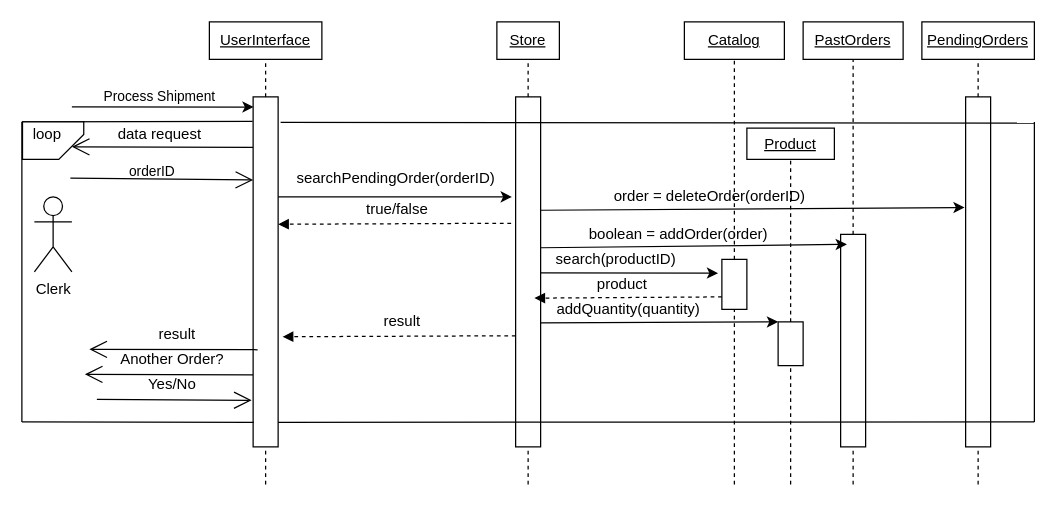
Before: Doc/Sequence Diagrams/Diagram 5.drawio in vinnyyo/GroupProject1, a draw.io diagram. Source tidied: cells renumbered, new cells numbered last; positions are measured from the earlier drawing's top-left corner, leaving out a move shared by most shapes. Both pictures are drawn from the tidied source at 125%, with x=0, y=0 at pixel (21, 21).
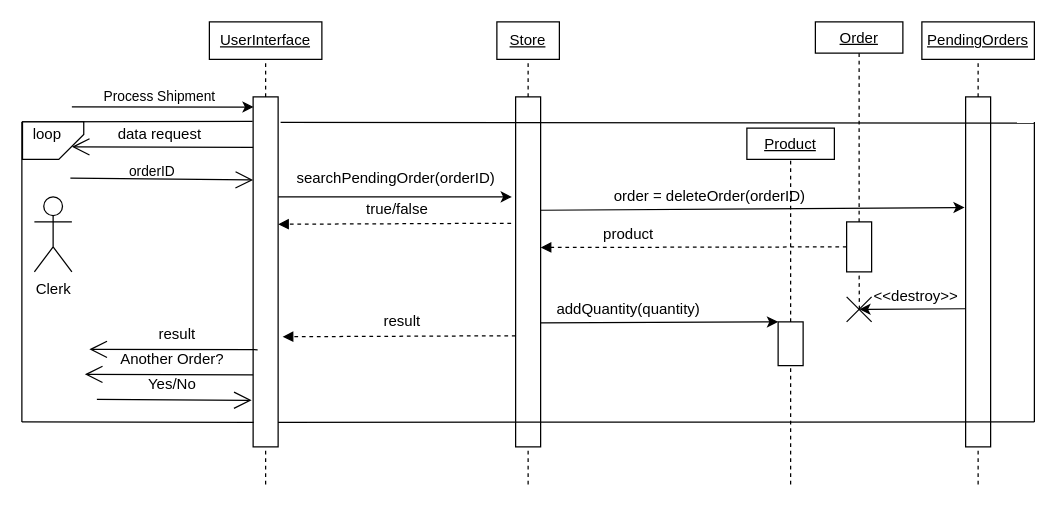
After the change.

The change refers to these unchanged cells:
```xml
<mxCell id="11" style="rounded=0;whiteSpace=wrap;html=1;" parent="1" vertex="1">
  <mxGeometry x="395" y="60" width="20" height="280" as="geometry" />
</mxCell>
```

What changed in the source:
```diff
@@
-    <mxCell id="29" value="&lt;u&gt;PastOrders&lt;/u&gt;" style="rounded=0;whiteSpace=wrap;html=1;" parent="1" vertex="1">
-      <mxGeometry x="625" width="80" height="30" as="geometry" />
-    </mxCell>
-    <mxCell id="30" style="rounded=0;whiteSpace=wrap;html=1;" parent="1" vertex="1">
-      <mxGeometry x="655" y="170" width="20" height="170" as="geometry" />
-    </mxCell>
-    <mxCell id="31" style="endArrow=none;dashed=1;html=1;entryX=0.5;entryY=1;entryDx=0;entryDy=0;exitX=0.5;exitY=0;exitDx=0;exitDy=0;" parent="1" edge="1" source="30">
-      <mxGeometry relative="1" as="geometry">
-        <mxPoint x="665" y="30" as="targetPoint" />
-      </mxGeometry>
-    </mxCell>
-    <mxCell id="32" style="endArrow=none;dashed=1;html=1;entryX=0.5;entryY=1;entryDx=0;entryDy=0;" parent="1" edge="1" target="30">
-      <mxGeometry relative="1" as="geometry">
-        <mxPoint x="665" y="370" as="sourcePoint" />
-      </mxGeometry>
-    </mxCell>
@@
-    <mxCell id="35" style="endArrow=classic;html=1;exitX=0.96;exitY=0.574;exitDx=0;exitDy=0;exitPerimeter=0;entryX=0.25;entryY=0.047;entryDx=0;entryDy=0;entryPerimeter=0;" parent="1" edge="1" target="30">
-      <mxGeometry relative="1" as="geometry">
-        <mxPoint x="415" y="180.7" as="sourcePoint" />
-      </mxGeometry>
-    </mxCell>
-    <mxCell id="36" value="boolean = addOrder(order)" style="text;html=1;align=center;verticalAlign=middle;" parent="1" vertex="1">
-      <mxGeometry x="445" y="160" width="160" height="20" as="geometry" />
-    </mxCell>
-    <mxCell id="37" value="&lt;u&gt;Catalog&lt;/u&gt;" style="rounded=0;whiteSpace=wrap;html=1;" parent="1" vertex="1">
-      <mxGeometry x="530" width="80" height="30" as="geometry" />
-    </mxCell>
-    <mxCell id="38" style="rounded=0;whiteSpace=wrap;html=1;" parent="1" vertex="1">
-      <mxGeometry x="560" y="190" width="20" height="40" as="geometry" />
-    </mxCell>
-    <mxCell id="39" style="endArrow=none;dashed=1;html=1;entryX=0.5;entryY=1;entryDx=0;entryDy=0;exitX=0.5;exitY=0;exitDx=0;exitDy=0;" parent="1" edge="1" source="38">
-      <mxGeometry relative="1" as="geometry">
-        <mxPoint x="570" y="30" as="targetPoint" />
-      </mxGeometry>
-    </mxCell>
-    <mxCell id="40" style="endArrow=none;dashed=1;html=1;entryX=0.5;entryY=1;entryDx=0;entryDy=0;" parent="1" edge="1" target="38">
-      <mxGeometry relative="1" as="geometry">
-        <mxPoint x="570" y="370" as="sourcePoint" />
-      </mxGeometry>
-    </mxCell>
-    <mxCell id="41" style="endArrow=classic;html=1;exitX=0.96;exitY=0.574;exitDx=0;exitDy=0;exitPerimeter=0;" parent="1" edge="1">
-      <mxGeometry relative="1" as="geometry">
-        <mxPoint x="415" y="200.7" as="sourcePoint" />
-        <mxPoint x="557" y="201" as="targetPoint" />
-      </mxGeometry>
-    </mxCell>
-    <mxCell id="42" value="search(productID)" style="text;html=1;align=center;verticalAlign=middle;" parent="1" vertex="1">
-      <mxGeometry x="420" y="180" width="110" height="20" as="geometry" />
-    </mxCell>
-    <mxCell id="43" style="html=1;verticalAlign=bottom;labelBackgroundColor=none;endArrow=block;endFill=1;dashed=1;exitX=-0.2;exitY=0.611;exitDx=0;exitDy=0;exitPerimeter=0;entryX=0.75;entryY=0.575;entryDx=0;entryDy=0;entryPerimeter=0;" parent="1" edge="1" target="11">
+    <mxCell id="43" style="html=1;verticalAlign=bottom;labelBackgroundColor=none;endArrow=block;endFill=1;dashed=1;entryX=0.75;entryY=0.575;entryDx=0;entryDy=0;entryPerimeter=0;exitX=0;exitY=0.5;exitDx=0;exitDy=0;" parent="1" edge="1" source="64">
       <mxGeometry relative="1" as="geometry">
-        <mxPoint x="560" y="220" as="sourcePoint" />
+        <mxPoint x="415" y="180.5" as="targetPoint" />
       </mxGeometry>
     </mxCell>
     <mxCell id="44" value="product" style="text;html=1;align=center;verticalAlign=middle;" parent="1" vertex="1">
-      <mxGeometry x="450" y="200" width="60" height="20" as="geometry" />
+      <mxGeometry x="455" y="159.5" width="60" height="20" as="geometry" />
     </mxCell>
@@
+    <mxCell id="63" value="&lt;u&gt;Order&lt;/u&gt;" style="rounded=0;whiteSpace=wrap;html=1;" parent="1" vertex="1">
+      <mxGeometry x="634.8" width="70" height="25" as="geometry" />
+    </mxCell>
+    <mxCell id="64" style="rounded=0;whiteSpace=wrap;html=1;" parent="1" vertex="1">
+      <mxGeometry x="659.8" y="160" width="20" height="40" as="geometry" />
+    </mxCell>
+    <mxCell id="65" style="endArrow=none;dashed=1;html=1;entryX=0.5;entryY=1;entryDx=0;entryDy=0;exitX=0.5;exitY=0;exitDx=0;exitDy=0;" parent="1" edge="1" source="64" target="63">
+      <mxGeometry relative="1" as="geometry" />
+    </mxCell>
+    <mxCell id="66" style="endArrow=none;dashed=1;html=1;entryX=0.5;entryY=1;entryDx=0;entryDy=0;" parent="1" edge="1" target="64">
+      <mxGeometry relative="1" as="geometry">
+        <mxPoint x="670" y="230" as="sourcePoint" />
+      </mxGeometry>
+    </mxCell>
+    <mxCell id="67" style="endArrow=classic;html=1;" parent="1" edge="1">
+      <mxGeometry relative="1" as="geometry">
+        <mxPoint x="755" y="229.5" as="sourcePoint" />
+        <mxPoint x="670" y="230" as="targetPoint" />
+      </mxGeometry>
+    </mxCell>
+    <mxCell id="68" style="endArrow=none;html=1;" parent="1" edge="1">
+      <mxGeometry relative="1" as="geometry">
+        <mxPoint x="659.8" y="240" as="sourcePoint" />
+        <mxPoint x="679.8" y="220" as="targetPoint" />
+      </mxGeometry>
+    </mxCell>
+    <mxCell id="69" style="endArrow=none;html=1;" parent="1" edge="1">
+      <mxGeometry relative="1" as="geometry">
+        <mxPoint x="679.8" y="240" as="sourcePoint" />
+        <mxPoint x="659.8" y="220" as="targetPoint" />
+      </mxGeometry>
+    </mxCell>
+    <mxCell id="70" value="&amp;lt;&amp;lt;destroy&amp;gt;&amp;gt;" style="text;html=1;align=center;verticalAlign=middle;" parent="1" vertex="1">
+      <mxGeometry x="675" y="210" width="80" height="20" as="geometry" />
+    </mxCell>
```
